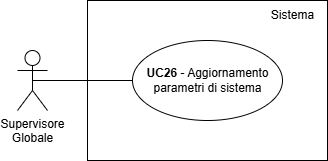
Above: documents/rtb/assets/UC26.png in teamcodealchemists/docs (draw.io), before the change. Source tidied: cells renumbered, new cells last; positions are measured from the earlier drawing's top-left corner, leaving out a move shared by most shapes.
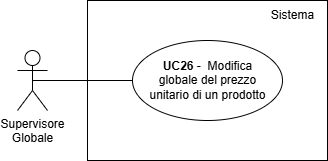
After the commit.

The edit, as a diff of the source:
```diff
@@ -1,23 +1,23 @@
 <mxGraphModel>
   <root>
-    <mxCell id="0" />
-    <mxCell id="1" parent="0" />
+    <mxCell id="8" />
+    <mxCell id="9" parent="8" />
-    <mxCell id="2" value="Supervisore&lt;div&gt;Globale&lt;/div&gt;" style="shape=umlActor;verticalLabelPosition=bottom;verticalAlign=top;html=1;outlineConnect=0;" parent="1" vertex="1">
+    <mxCell id="2" value="Supervisore&lt;div&gt;Globale&lt;/div&gt;" style="shape=umlActor;verticalLabelPosition=bottom;verticalAlign=top;html=1;outlineConnect=0;" parent="9" vertex="1">
       <mxGeometry y="50" width="30" height="60" as="geometry" />
     </mxCell>
-    <mxCell id="3" style="rounded=0;whiteSpace=wrap;html=1;" parent="1" vertex="1">
+    <mxCell id="3" style="rounded=0;whiteSpace=wrap;html=1;" parent="9" vertex="1">
       <mxGeometry x="70" width="240" height="160" as="geometry" />
     </mxCell>
-    <mxCell id="4" value="Sistema" style="text;html=1;align=center;verticalAlign=middle;strokeColor=none;fillColor=none;" parent="1" vertex="1">
+    <mxCell id="4" value="Sistema" style="text;html=1;align=center;verticalAlign=middle;strokeColor=none;fillColor=none;" parent="9" vertex="1">
       <mxGeometry x="240" width="70" height="30" as="geometry" />
     </mxCell>
-    <mxCell id="5" style="ellipse;whiteSpace=wrap;html=1;fontStyle=1;" parent="1" vertex="1">
+    <mxCell id="5" style="ellipse;whiteSpace=wrap;html=1;fontStyle=1;" parent="9" vertex="1">
       <mxGeometry x="115" y="40" width="150" height="80" as="geometry" />
     </mxCell>
-    <mxCell id="6" value="&lt;b&gt;UC26&amp;nbsp;&lt;/b&gt;- Aggiornamento&lt;div&gt;parametri di sistema&lt;/div&gt;" style="text;html=1;align=center;verticalAlign=middle;strokeColor=none;fillColor=none;" parent="1" vertex="1">
-      <mxGeometry x="115" y="60" width="150" height="40" as="geometry" />
-    </mxCell>
+    <mxCell id="10" value="&lt;b&gt;UC26&lt;/b&gt;&amp;nbsp;-&amp;nbsp;&amp;nbsp;Modifica&lt;div&gt;globale&amp;nbsp;&lt;span style=&quot;background-color: transparent; color: light-dark(rgb(0, 0, 0), rgb(255, 255, 255));&quot;&gt;del prezzo&lt;/span&gt;&lt;/div&gt;&lt;div&gt;&lt;span style=&quot;background-color: transparent; color: light-dark(rgb(0, 0, 0), rgb(255, 255, 255));&quot;&gt;unitario&amp;nbsp;&lt;/span&gt;&lt;span style=&quot;background-color: transparent; color: light-dark(rgb(0, 0, 0), rgb(255, 255, 255));&quot;&gt;di un prodotto&lt;/span&gt;&lt;/div&gt;" style="text;html=1;align=center;verticalAlign=middle;strokeColor=none;fillColor=none;" parent="9" vertex="1">
+      <mxGeometry x="120" y="50" width="140" height="60" as="geometry" />
+    </mxCell>
-    <mxCell id="7" style="endArrow=none;html=1;rounded=0;entryX=0;entryY=0.5;entryDx=0;entryDy=0;exitX=0.5;exitY=0.5;exitDx=0;exitDy=0;exitPerimeter=0;" parent="1" edge="1" source="2" target="5">
+    <mxCell id="7" style="endArrow=none;html=1;rounded=0;entryX=0;entryY=0.5;entryDx=0;entryDy=0;exitX=0.5;exitY=0.5;exitDx=0;exitDy=0;exitPerimeter=0;" parent="9" edge="1" source="2" target="5">
       <mxGeometry relative="1" as="geometry" />
     </mxCell>
   </root>
```
